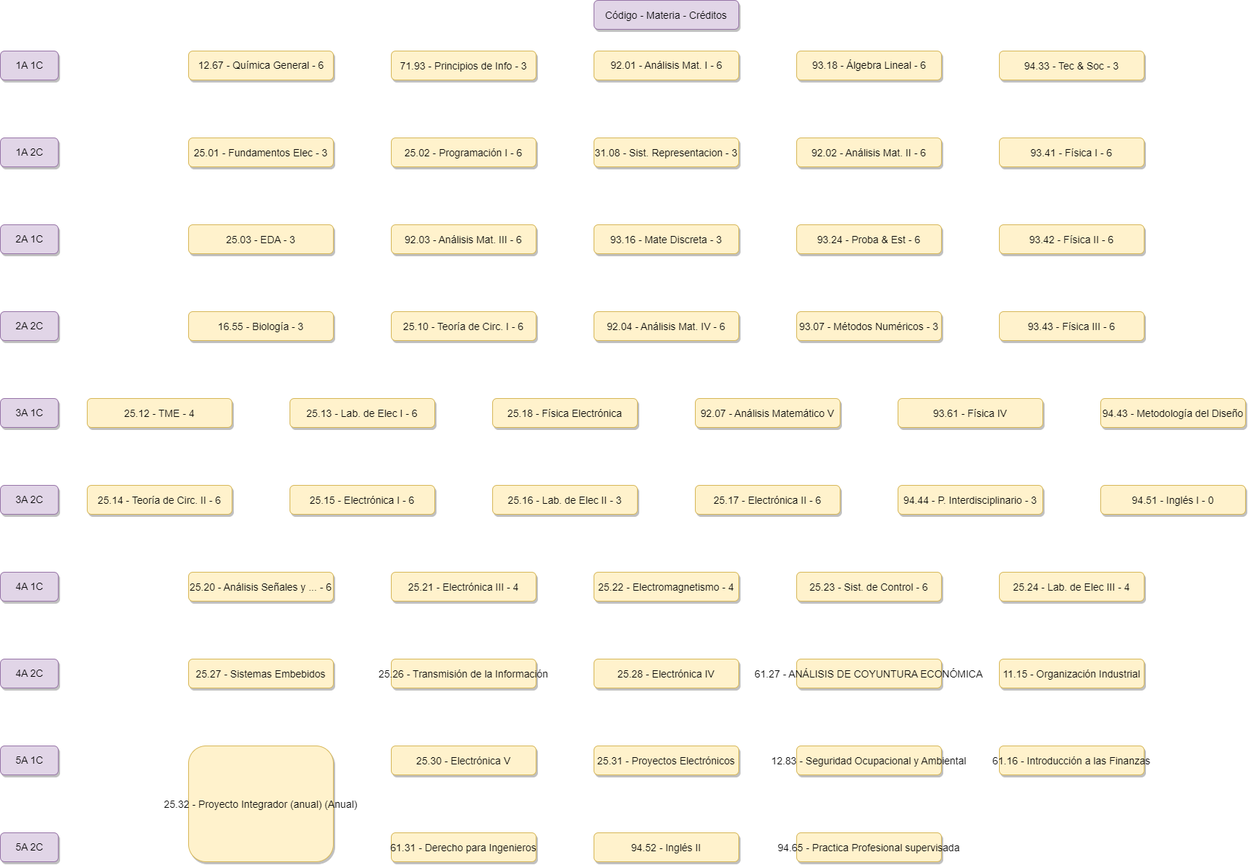
Above: K22.drawio.png in juanipla/K22 (draw.io), before the change. Source tidied: cells renumbered, new cells last; positions are measured from the earlier drawing's top-left corner, leaving out a move shared by most shapes.
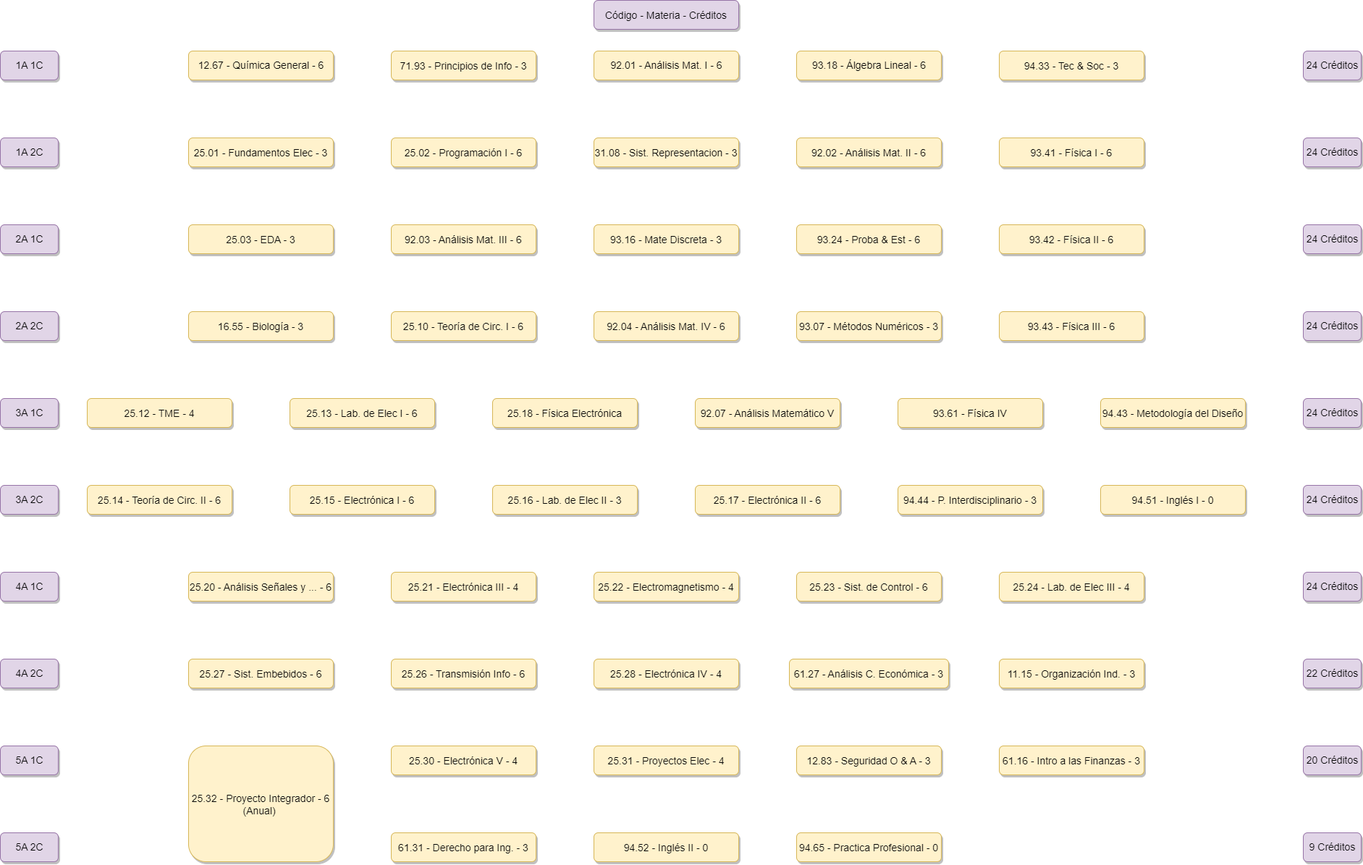
The same file after the commit.

Change to the diagram source:
```diff
@@ -146,44 +146,74 @@
     <mxCell id="49" value="25.24 - Lab. de Elec III - 4" style="rounded=1;fillColor=#fff2cc;strokeColor=#d6b656;shadow=1;fontStyle=0;fontSize=14;fontColor=default;labelBorderColor=none;labelBackgroundColor=none;verticalAlign=middle;" parent="1" vertex="1">
       <mxGeometry x="1380" y="790" width="200" height="40" as="geometry" />
     </mxCell>
-    <mxCell id="50" value="25.27 - Sistemas Embebidos" style="rounded=1;fillColor=#fff2cc;strokeColor=#d6b656;shadow=1;fontStyle=0;fontSize=14;fontColor=default;labelBorderColor=none;labelBackgroundColor=none;" parent="1" vertex="1">
+    <mxCell id="50" value="25.27 - Sist. Embebidos - 6" style="rounded=1;fillColor=#fff2cc;strokeColor=#d6b656;shadow=1;fontStyle=0;fontSize=14;fontColor=default;labelBorderColor=none;labelBackgroundColor=none;" parent="1" vertex="1">
       <mxGeometry x="260" y="910" width="200" height="40" as="geometry" />
     </mxCell>
-    <mxCell id="51" value="25.26 - Transmisión de la Información" style="rounded=1;fillColor=#fff2cc;strokeColor=#d6b656;shadow=1;fontStyle=0;fontSize=14;fontColor=default;labelBorderColor=none;labelBackgroundColor=none;" parent="1" vertex="1">
+    <mxCell id="51" value="25.26 - Transmisión Info - 6" style="rounded=1;fillColor=#fff2cc;strokeColor=#d6b656;shadow=1;fontStyle=0;fontSize=14;fontColor=default;labelBorderColor=none;labelBackgroundColor=none;" parent="1" vertex="1">
       <mxGeometry x="540" y="910" width="200" height="40" as="geometry" />
     </mxCell>
-    <mxCell id="52" value="25.28 - Electrónica IV" style="rounded=1;fillColor=#fff2cc;strokeColor=#d6b656;shadow=1;fontStyle=0;fontSize=14;fontColor=default;labelBorderColor=none;labelBackgroundColor=none;verticalAlign=middle;" parent="1" vertex="1">
+    <mxCell id="52" value="25.28 - Electrónica IV - 4" style="rounded=1;fillColor=#fff2cc;strokeColor=#d6b656;shadow=1;fontStyle=0;fontSize=14;fontColor=default;labelBorderColor=none;labelBackgroundColor=none;verticalAlign=middle;" parent="1" vertex="1">
       <mxGeometry x="820" y="910" width="200" height="40" as="geometry" />
     </mxCell>
-    <mxCell id="53" value="61.27 - ANÁLISIS DE COYUNTURA ECONÓMICA" style="rounded=1;fillColor=#fff2cc;strokeColor=#d6b656;shadow=1;fontStyle=0;fontSize=14;fontColor=default;labelBorderColor=none;labelBackgroundColor=none;verticalAlign=middle;" parent="1" vertex="1">
-      <mxGeometry x="1100" y="910" width="200" height="40" as="geometry" />
+    <mxCell id="53" value="61.27 - Análisis C. Económica - 3" style="rounded=1;fillColor=#fff2cc;strokeColor=#d6b656;shadow=1;fontStyle=0;fontSize=14;fontColor=default;labelBorderColor=none;labelBackgroundColor=none;verticalAlign=middle;" parent="1" vertex="1">
+      <mxGeometry x="1090" y="910" width="220" height="40" as="geometry" />
     </mxCell>
-    <mxCell id="54" value="11.15 - Organización Industrial" style="rounded=1;fillColor=#fff2cc;strokeColor=#d6b656;shadow=1;fontStyle=0;fontSize=14;fontColor=default;labelBorderColor=none;labelBackgroundColor=none;verticalAlign=middle;" parent="1" vertex="1">
+    <mxCell id="54" value="11.15 - Organización Ind. - 3" style="rounded=1;fillColor=#fff2cc;strokeColor=#d6b656;shadow=1;fontStyle=0;fontSize=14;fontColor=default;labelBorderColor=none;labelBackgroundColor=none;verticalAlign=middle;" parent="1" vertex="1">
       <mxGeometry x="1380" y="910" width="200" height="40" as="geometry" />
     </mxCell>
-    <mxCell id="55" value="25.32 - Proyecto Integrador (anual) (Anual)" style="rounded=1;fillColor=#fff2cc;strokeColor=#d6b656;shadow=1;fontStyle=0;fontSize=14;fontColor=default;labelBorderColor=none;labelBackgroundColor=none;" parent="1" vertex="1">
+    <mxCell id="55" value="25.32 - Proyecto Integrador - 6&#10;(Anual) " style="rounded=1;fillColor=#fff2cc;strokeColor=#d6b656;shadow=1;fontStyle=0;fontSize=14;fontColor=default;labelBorderColor=none;labelBackgroundColor=none;" parent="1" vertex="1">
       <mxGeometry x="260" y="1030" width="200" height="160" as="geometry" />
     </mxCell>
-    <mxCell id="56" value="25.30 - Electrónica V" style="rounded=1;fillColor=#fff2cc;strokeColor=#d6b656;shadow=1;fontStyle=0;fontSize=14;fontColor=default;labelBorderColor=none;labelBackgroundColor=none;" parent="1" vertex="1">
+    <mxCell id="56" value="25.30 - Electrónica V - 4" style="rounded=1;fillColor=#fff2cc;strokeColor=#d6b656;shadow=1;fontStyle=0;fontSize=14;fontColor=default;labelBorderColor=none;labelBackgroundColor=none;" parent="1" vertex="1">
       <mxGeometry x="540" y="1030" width="200" height="40" as="geometry" />
     </mxCell>
-    <mxCell id="57" value="25.31 - Proyectos Electrónicos" style="rounded=1;fillColor=#fff2cc;strokeColor=#d6b656;shadow=1;fontStyle=0;fontSize=14;fontColor=default;labelBorderColor=none;labelBackgroundColor=none;verticalAlign=middle;" parent="1" vertex="1">
+    <mxCell id="57" value="25.31 - Proyectos Elec - 4" style="rounded=1;fillColor=#fff2cc;strokeColor=#d6b656;shadow=1;fontStyle=0;fontSize=14;fontColor=default;labelBorderColor=none;labelBackgroundColor=none;verticalAlign=middle;" parent="1" vertex="1">
       <mxGeometry x="820" y="1030" width="200" height="40" as="geometry" />
     </mxCell>
-    <mxCell id="58" value="12.83 - Seguridad Ocupacional y Ambiental" style="rounded=1;fillColor=#fff2cc;strokeColor=#d6b656;shadow=1;fontStyle=0;fontSize=14;fontColor=default;labelBorderColor=none;labelBackgroundColor=none;verticalAlign=middle;" parent="1" vertex="1">
+    <mxCell id="58" value="12.83 - Seguridad O &amp; A - 3" style="rounded=1;fillColor=#fff2cc;strokeColor=#d6b656;shadow=1;fontStyle=0;fontSize=14;fontColor=default;labelBorderColor=none;labelBackgroundColor=none;verticalAlign=middle;" parent="1" vertex="1">
       <mxGeometry x="1100" y="1030" width="200" height="40" as="geometry" />
     </mxCell>
-    <mxCell id="59" value="61.16 - Introducción a las Finanzas" style="rounded=1;fillColor=#fff2cc;strokeColor=#d6b656;shadow=1;fontStyle=0;fontSize=14;fontColor=default;labelBorderColor=none;labelBackgroundColor=none;verticalAlign=middle;" parent="1" vertex="1">
+    <mxCell id="59" value="61.16 - Intro a las Finanzas - 3" style="rounded=1;fillColor=#fff2cc;strokeColor=#d6b656;shadow=1;fontStyle=0;fontSize=14;fontColor=default;labelBorderColor=none;labelBackgroundColor=none;verticalAlign=middle;" parent="1" vertex="1">
       <mxGeometry x="1380" y="1030" width="200" height="40" as="geometry" />
     </mxCell>
-    <mxCell id="60" value="61.31 - Derecho para Ingenieros" style="rounded=1;fillColor=#fff2cc;strokeColor=#d6b656;shadow=1;fontStyle=0;fontSize=14;fontColor=default;labelBorderColor=none;labelBackgroundColor=none;" parent="1" vertex="1">
+    <mxCell id="60" value="61.31 - Derecho para Ing. - 3" style="rounded=1;fillColor=#fff2cc;strokeColor=#d6b656;shadow=1;fontStyle=0;fontSize=14;fontColor=default;labelBorderColor=none;labelBackgroundColor=none;" parent="1" vertex="1">
       <mxGeometry x="540" y="1150" width="200" height="40" as="geometry" />
     </mxCell>
-    <mxCell id="61" value="94.52 - Inglés II" style="rounded=1;fillColor=#fff2cc;strokeColor=#d6b656;shadow=1;fontStyle=0;fontSize=14;fontColor=default;labelBorderColor=none;labelBackgroundColor=none;verticalAlign=middle;" parent="1" vertex="1">
+    <mxCell id="61" value="94.52 - Inglés II - 0" style="rounded=1;fillColor=#fff2cc;strokeColor=#d6b656;shadow=1;fontStyle=0;fontSize=14;fontColor=default;labelBorderColor=none;labelBackgroundColor=none;verticalAlign=middle;" parent="1" vertex="1">
       <mxGeometry x="820" y="1150" width="200" height="40" as="geometry" />
     </mxCell>
-    <mxCell id="62" value="94.65 - Practica Profesional supervisada" style="rounded=1;fillColor=#fff2cc;strokeColor=#d6b656;shadow=1;fontStyle=0;fontSize=14;fontColor=default;labelBorderColor=none;labelBackgroundColor=none;verticalAlign=middle;" parent="1" vertex="1">
+    <mxCell id="62" value="94.65 - Practica Profesional - 0" style="rounded=1;fillColor=#fff2cc;strokeColor=#d6b656;shadow=1;fontStyle=0;fontSize=14;fontColor=default;labelBorderColor=none;labelBackgroundColor=none;verticalAlign=middle;" parent="1" vertex="1">
       <mxGeometry x="1100" y="1150" width="200" height="40" as="geometry" />
     </mxCell>
+    <mxCell id="63" value="24 Créditos" style="rounded=1;fillColor=#e1d5e7;strokeColor=#9673a6;shadow=1;fontStyle=0;fontSize=14;labelBorderColor=none;labelBackgroundColor=none;html=1;" parent="1" vertex="1">
+      <mxGeometry x="1800" y="70" width="80" height="40" as="geometry" />
+    </mxCell>
+    <mxCell id="64" value="24 Créditos" style="rounded=1;fillColor=#e1d5e7;strokeColor=#9673a6;shadow=1;fontStyle=0;fontSize=14;labelBorderColor=none;labelBackgroundColor=none;html=1;" parent="1" vertex="1">
+      <mxGeometry x="1800" y="190" width="80" height="40" as="geometry" />
+    </mxCell>
+    <mxCell id="65" value="22 Créditos" style="rounded=1;fillColor=#e1d5e7;strokeColor=#9673a6;shadow=1;fontStyle=0;fontSize=14;labelBorderColor=none;labelBackgroundColor=none;html=1;" parent="1" vertex="1">
+      <mxGeometry x="1800" y="910" width="80" height="40" as="geometry" />
+    </mxCell>
+    <mxCell id="66" value="20 Créditos" style="rounded=1;fillColor=#e1d5e7;strokeColor=#9673a6;shadow=1;fontStyle=0;fontSize=14;labelBorderColor=none;labelBackgroundColor=none;html=1;" parent="1" vertex="1">
+      <mxGeometry x="1800" y="1030" width="80" height="40" as="geometry" />
+    </mxCell>
+    <mxCell id="67" value="9 Créditos" style="rounded=1;fillColor=#e1d5e7;strokeColor=#9673a6;shadow=1;fontStyle=0;fontSize=14;labelBorderColor=none;labelBackgroundColor=none;html=1;" parent="1" vertex="1">
+      <mxGeometry x="1800" y="1150" width="80" height="40" as="geometry" />
+    </mxCell>
+    <mxCell id="68" value="24 Créditos" style="rounded=1;fillColor=#e1d5e7;strokeColor=#9673a6;shadow=1;fontStyle=0;fontSize=14;labelBorderColor=none;labelBackgroundColor=none;html=1;" parent="1" vertex="1">
+      <mxGeometry x="1800" y="790" width="80" height="40" as="geometry" />
+    </mxCell>
+    <mxCell id="69" value="24 Créditos" style="rounded=1;fillColor=#e1d5e7;strokeColor=#9673a6;shadow=1;fontStyle=0;fontSize=14;labelBorderColor=none;labelBackgroundColor=none;html=1;" parent="1" vertex="1">
+      <mxGeometry x="1800" y="310" width="80" height="40" as="geometry" />
+    </mxCell>
+    <mxCell id="70" value="24 Créditos" style="rounded=1;fillColor=#e1d5e7;strokeColor=#9673a6;shadow=1;fontStyle=0;fontSize=14;labelBorderColor=none;labelBackgroundColor=none;html=1;" parent="1" vertex="1">
+      <mxGeometry x="1800" y="670" width="80" height="40" as="geometry" />
+    </mxCell>
+    <mxCell id="71" value="24 Créditos" style="rounded=1;fillColor=#e1d5e7;strokeColor=#9673a6;shadow=1;fontStyle=0;fontSize=14;labelBorderColor=none;labelBackgroundColor=none;html=1;" parent="1" vertex="1">
+      <mxGeometry x="1800" y="550" width="80" height="40" as="geometry" />
+    </mxCell>
+    <mxCell id="72" value="24 Créditos" style="rounded=1;fillColor=#e1d5e7;strokeColor=#9673a6;shadow=1;fontStyle=0;fontSize=14;labelBorderColor=none;labelBackgroundColor=none;html=1;" parent="1" vertex="1">
+      <mxGeometry x="1800" y="430" width="80" height="40" as="geometry" />
+    </mxCell>
   </root>
 </mxGraphModel>
```
